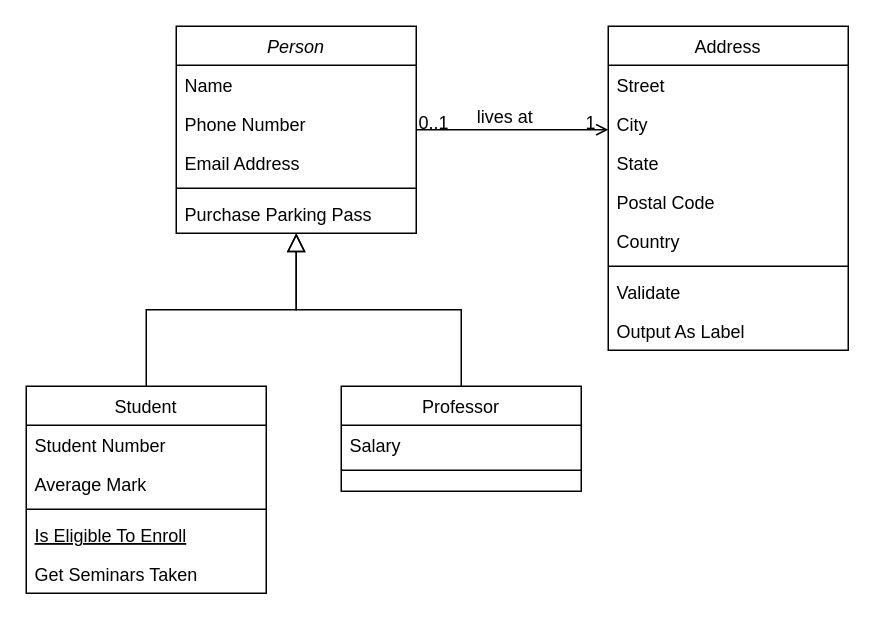
8-6R4N4DR1/LuigiaCouture keeps this draw.io diagram as Diagramas/Clases/DiagramaClases.drawio. Above is the earlier version. Source tidied: cells renumbered, new cells numbered last; positions are measured from the earlier drawing's top-left corner, leaving out a move shared by most shapes. Both pictures are drawn from the tidied source at 150%, with x=0, y=0 at pixel (26, 26).
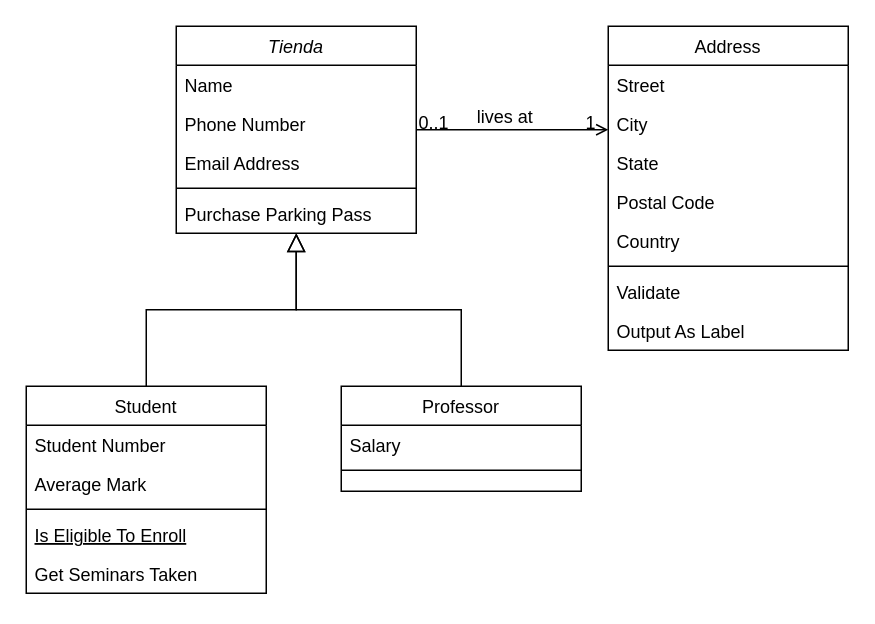
The same page after the edit.

What changed in the source:
```diff
@@
-    <mxCell id="2" value="Person" style="swimlane;fontStyle=2;align=center;verticalAlign=top;horizontal=1;startSize=26;rounded=0;shadow=0;strokeWidth=1;" parent="1" vertex="1">
+    <mxCell id="2" value="Tienda" style="swimlane;fontStyle=2;align=center;verticalAlign=top;horizontal=1;startSize=26;rounded=0;shadow=0;strokeWidth=1;" parent="1" vertex="1">
       <mxGeometry x="100" width="160" height="138" as="geometry" />
     </mxCell>
```
